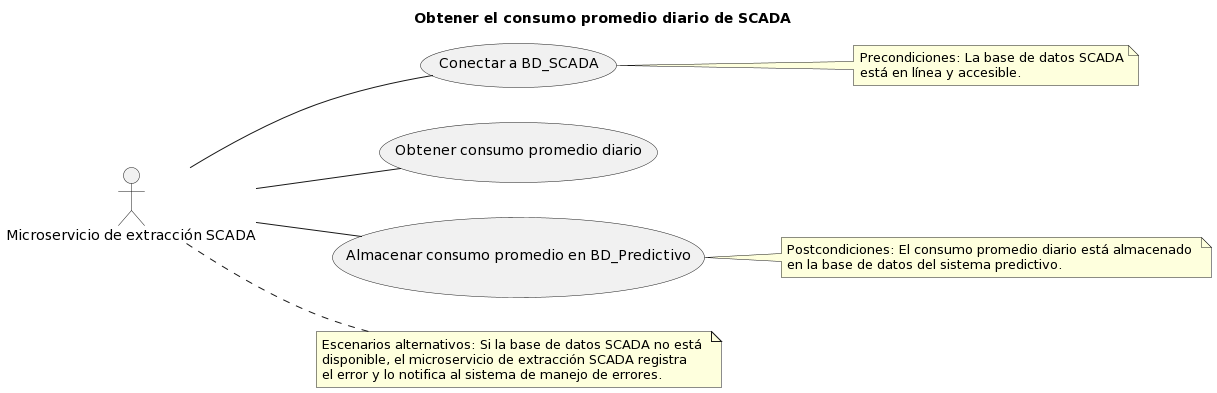
Paulerolero/Arquitectura-Modulo-Analitics-SCADA keeps this PlantUML diagram as Diagramas4+1/5-Vista Escenarios/CU-01.png. Above is the earlier version.
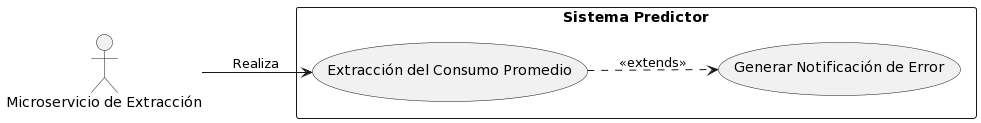
Above is the later version.

Diff of the diagram source:
```diff
@@ -1,27 +1,13 @@
 @startuml
 left to right direction
-title Obtener el consumo promedio diario de SCADA
 
-actor "Microservicio de extracción SCADA" as SCADA
+actor "Microservicio de Extracción" as M1
 
+rectangle "Sistema Predictor" {
+    usecase (Extracción del Consumo Promedio) as UC1
+    usecase (Generar Notificación de Error) as UC15
 
-SCADA -- (Conectar a BD_SCADA)
-SCADA -- (Obtener consumo promedio diario)
-SCADA -- (Almacenar consumo promedio en BD_Predictivo)
-
-note right of (Conectar a BD_SCADA)
-  Precondiciones: La base de datos SCADA
-  está en línea y accesible.
-end note
-
-note right of (Almacenar consumo promedio en BD_Predictivo)
-  Postcondiciones: El consumo promedio diario está almacenado
-  en la base de datos del sistema predictivo.
-end note
-
-note right of SCADA
-  Escenarios alternativos: Si la base de datos SCADA no está
-  disponible, el microservicio de extracción SCADA registra
-  el error y lo notifica al sistema de manejo de errores.
-end note
+    M1 --> UC1 : Realiza
+    UC1 ..> UC15 : <<extends>>
+}
 @enduml
```
